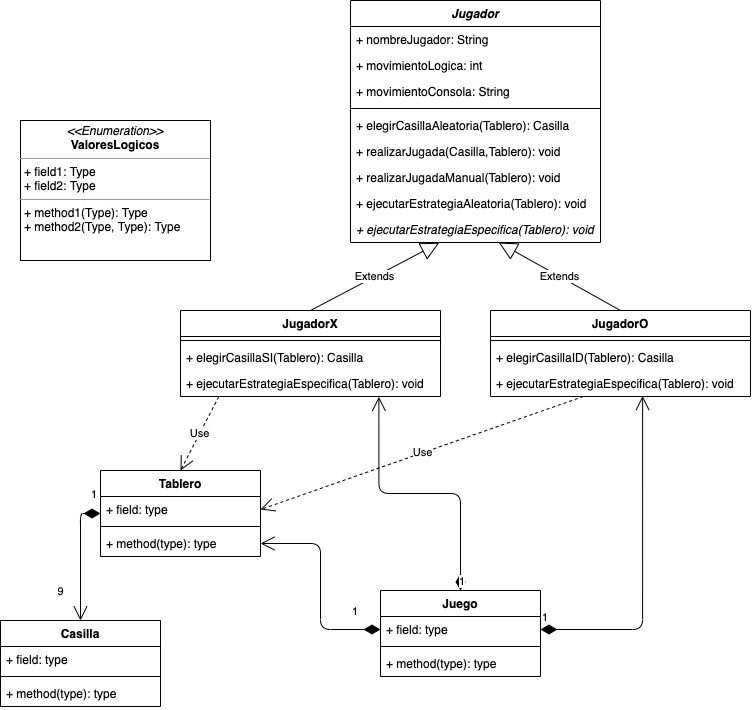
Before: P45/Clase10/UML_TresEnRaya.png, a diagram exported from draw.io (luismescobarf/clasesCiclo2). Source tidied: cells renumbered, new cells last; positions are measured from the earlier drawing's top-left corner, leaving out a move shared by most shapes.
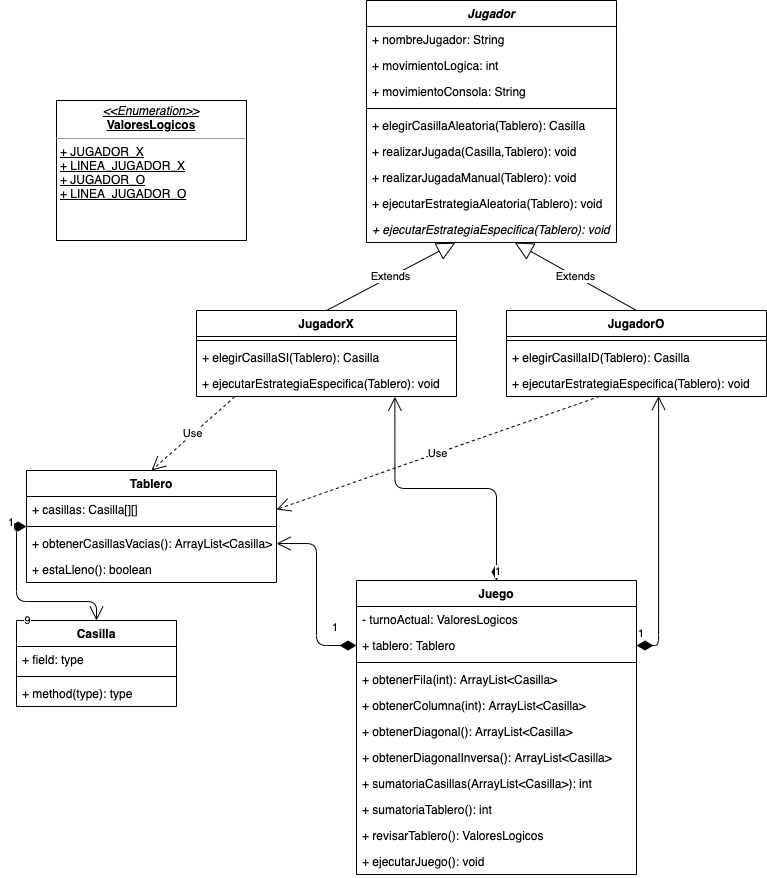
Above is the later version.

Change to the diagram source:
```diff
@@ -15,17 +15,20 @@
       <mxGeometry y="60" width="160" height="26" as="geometry" />
     </mxCell>
     <mxCell id="6" value="Tablero" style="swimlane;fontStyle=1;align=center;verticalAlign=top;horizontal=1;startSize=26;" parent="1" vertex="1">
-      <mxGeometry x="100" y="470" width="160" height="86" as="geometry" />
+      <mxGeometry x="10" y="470" width="250" height="112" as="geometry" />
     </mxCell>
-    <mxCell id="7" value="+ field: type" style="text;strokeColor=none;fillColor=none;align=left;verticalAlign=top;spacingLeft=4;spacingRight=4;overflow=hidden;points=[[0,0.5],[1,0.5]];portConstraint=eastwest;" parent="6" vertex="1">
-      <mxGeometry y="26" width="160" height="26" as="geometry" />
+    <mxCell id="7" value="+ casillas: Casilla[][]" style="text;strokeColor=none;fillColor=none;align=left;verticalAlign=top;spacingLeft=4;spacingRight=4;overflow=hidden;points=[[0,0.5],[1,0.5]];portConstraint=eastwest;" parent="6" vertex="1">
+      <mxGeometry y="26" width="250" height="26" as="geometry" />
     </mxCell>
     <mxCell id="8" style="line;strokeWidth=1;fillColor=none;align=left;verticalAlign=middle;spacingTop=-1;spacingLeft=3;spacingRight=3;labelPosition=right;" parent="6" vertex="1">
-      <mxGeometry y="52" width="160" height="8" as="geometry" />
+      <mxGeometry y="52" width="250" height="8" as="geometry" />
     </mxCell>
-    <mxCell id="9" value="+ method(type): type" style="text;strokeColor=none;fillColor=none;align=left;verticalAlign=top;spacingLeft=4;spacingRight=4;overflow=hidden;points=[[0,0.5],[1,0.5]];portConstraint=eastwest;" parent="6" vertex="1">
-      <mxGeometry y="60" width="160" height="26" as="geometry" />
+    <mxCell id="9" value="+ obtenerCasillasVacias(): ArrayList&lt;Casilla&gt;" style="text;strokeColor=none;fillColor=none;align=left;verticalAlign=top;spacingLeft=4;spacingRight=4;overflow=hidden;points=[[0,0.5],[1,0.5]];portConstraint=eastwest;" parent="6" vertex="1">
+      <mxGeometry y="60" width="250" height="26" as="geometry" />
     </mxCell>
+    <mxCell id="42" value="+ estaLleno(): boolean" style="text;strokeColor=none;fillColor=none;align=left;verticalAlign=top;spacingLeft=4;spacingRight=4;overflow=hidden;" parent="6" vertex="1">
+      <mxGeometry y="86" width="250" height="26" as="geometry" />
+    </mxCell>
     <mxCell id="10" value="1" style="endArrow=open;html=1;endSize=12;startArrow=diamondThin;startSize=14;startFill=1;edgeStyle=orthogonalEdgeStyle;align=left;verticalAlign=bottom;entryX=0.5;entryY=0;entryDx=0;entryDy=0;exitX=0;exitY=0.5;exitDx=0;exitDy=0;" parent="1" edge="1" source="6" target="2">
       <mxGeometry x="-0.83" y="-10" relative="1" as="geometry" />
     </mxCell>
@@ -101,17 +104,41 @@
       <mxGeometry relative="1" as="geometry" />
     </mxCell>
     <mxCell id="34" value="Juego" style="swimlane;fontStyle=1;align=center;verticalAlign=top;horizontal=1;startSize=26;" parent="1" vertex="1">
-      <mxGeometry x="380" y="590" width="160" height="86" as="geometry" />
+      <mxGeometry x="340" y="580" width="280" height="294" as="geometry" />
     </mxCell>
+    <mxCell id="43" value="- turnoActual: ValoresLogicos" style="text;strokeColor=none;fillColor=none;align=left;verticalAlign=top;spacingLeft=4;spacingRight=4;overflow=hidden;" parent="34" vertex="1">
+      <mxGeometry y="26" width="280" height="26" as="geometry" />
+    </mxCell>
-    <mxCell id="35" value="+ field: type" style="text;strokeColor=none;fillColor=none;align=left;verticalAlign=top;spacingLeft=4;spacingRight=4;overflow=hidden;points=[[0,0.5],[1,0.5]];portConstraint=eastwest;" parent="34" vertex="1">
-      <mxGeometry y="26" width="160" height="26" as="geometry" />
+    <mxCell id="35" value="+ tablero: Tablero" style="text;strokeColor=none;fillColor=none;align=left;verticalAlign=top;spacingLeft=4;spacingRight=4;overflow=hidden;points=[[0,0.5],[1,0.5]];portConstraint=eastwest;" parent="34" vertex="1">
+      <mxGeometry y="52" width="280" height="26" as="geometry" />
     </mxCell>
     <mxCell id="36" style="line;strokeWidth=1;fillColor=none;align=left;verticalAlign=middle;spacingTop=-1;spacingLeft=3;spacingRight=3;labelPosition=right;" parent="34" vertex="1">
-      <mxGeometry y="52" width="160" height="8" as="geometry" />
+      <mxGeometry y="78" width="280" height="8" as="geometry" />
     </mxCell>
-    <mxCell id="37" value="+ method(type): type" style="text;strokeColor=none;fillColor=none;align=left;verticalAlign=top;spacingLeft=4;spacingRight=4;overflow=hidden;" parent="34" vertex="1">
-      <mxGeometry y="60" width="160" height="26" as="geometry" />
+    <mxCell id="37" value="+ obtenerFila(int): ArrayList&lt;Casilla&gt;" style="text;strokeColor=none;fillColor=none;align=left;verticalAlign=top;spacingLeft=4;spacingRight=4;overflow=hidden;" parent="34" vertex="1">
+      <mxGeometry y="86" width="280" height="26" as="geometry" />
     </mxCell>
+    <mxCell id="44" value="+ obtenerColumna(int): ArrayList&lt;Casilla&gt;" style="text;strokeColor=none;fillColor=none;align=left;verticalAlign=top;spacingLeft=4;spacingRight=4;overflow=hidden;" parent="34" vertex="1">
+      <mxGeometry y="112" width="280" height="26" as="geometry" />
+    </mxCell>
+    <mxCell id="45" value="+ obtenerDiagonal(): ArrayList&lt;Casilla&gt;" style="text;strokeColor=none;fillColor=none;align=left;verticalAlign=top;spacingLeft=4;spacingRight=4;overflow=hidden;" parent="34" vertex="1">
+      <mxGeometry y="138" width="280" height="26" as="geometry" />
+    </mxCell>
+    <mxCell id="46" value="+ obtenerDiagonalInversa(): ArrayList&lt;Casilla&gt;" style="text;strokeColor=none;fillColor=none;align=left;verticalAlign=top;spacingLeft=4;spacingRight=4;overflow=hidden;" parent="34" vertex="1">
+      <mxGeometry y="164" width="280" height="26" as="geometry" />
+    </mxCell>
+    <mxCell id="47" value="+ sumatoriaCasillas(ArrayList&lt;Casilla&gt;): int" style="text;strokeColor=none;fillColor=none;align=left;verticalAlign=top;spacingLeft=4;spacingRight=4;overflow=hidden;" parent="34" vertex="1">
+      <mxGeometry y="190" width="280" height="26" as="geometry" />
+    </mxCell>
+    <mxCell id="48" value="+ sumatoriaTablero(): int" style="text;strokeColor=none;fillColor=none;align=left;verticalAlign=top;spacingLeft=4;spacingRight=4;overflow=hidden;" parent="34" vertex="1">
+      <mxGeometry y="216" width="280" height="26" as="geometry" />
+    </mxCell>
+    <mxCell id="49" value="+ revisarTablero(): ValoresLogicos" style="text;strokeColor=none;fillColor=none;align=left;verticalAlign=top;spacingLeft=4;spacingRight=4;overflow=hidden;" parent="34" vertex="1">
+      <mxGeometry y="242" width="280" height="26" as="geometry" />
+    </mxCell>
+    <mxCell id="50" value="+ ejecutarJuego(): void" style="text;strokeColor=none;fillColor=none;align=left;verticalAlign=top;spacingLeft=4;spacingRight=4;overflow=hidden;" parent="34" vertex="1">
+      <mxGeometry y="268" width="280" height="26" as="geometry" />
+    </mxCell>
     <mxCell id="38" value="1" style="endArrow=open;html=1;endSize=12;startArrow=diamondThin;startSize=14;startFill=1;edgeStyle=orthogonalEdgeStyle;align=left;verticalAlign=bottom;exitX=0;exitY=0.5;exitDx=0;exitDy=0;" parent="1" edge="1" source="35" target="9">
       <mxGeometry x="-0.71" y="-9" relative="1" as="geometry" />
     </mxCell>
@@ -121,8 +148,8 @@
     <mxCell id="40" value="1" style="endArrow=open;html=1;endSize=12;startArrow=diamondThin;startSize=14;startFill=1;edgeStyle=orthogonalEdgeStyle;align=left;verticalAlign=bottom;exitX=0.5;exitY=0;exitDx=0;exitDy=0;entryX=0.763;entryY=1.011;entryDx=0;entryDy=0;entryPerimeter=0;" parent="1" edge="1" source="34" target="25">
       <mxGeometry x="-1" y="3" relative="1" as="geometry" />
     </mxCell>
-    <mxCell id="41" value="&lt;p style=&quot;margin: 0px ; margin-top: 4px ; text-align: center&quot;&gt;&lt;i&gt;&amp;lt;&amp;lt;Enumeration&amp;gt;&amp;gt;&lt;/i&gt;&lt;br&gt;&lt;b&gt;ValoresLogicos&lt;/b&gt;&lt;/p&gt;&lt;hr size=&quot;1&quot;&gt;&lt;p style=&quot;margin: 0px ; margin-left: 4px&quot;&gt;+ field1: Type&lt;br&gt;+ field2: Type&lt;/p&gt;&lt;hr size=&quot;1&quot;&gt;&lt;p style=&quot;margin: 0px ; margin-left: 4px&quot;&gt;+ method1(Type): Type&lt;br&gt;+ method2(Type, Type): Type&lt;/p&gt;" style="verticalAlign=top;align=left;overflow=fill;fontSize=12;fontFamily=Helvetica;html=1;" parent="1" vertex="1">
-      <mxGeometry x="20" y="120" width="190" height="140" as="geometry" />
+    <mxCell id="41" value="&lt;p style=&quot;margin: 0px ; margin-top: 4px ; text-align: center&quot;&gt;&lt;u&gt;&lt;i&gt;&amp;lt;&amp;lt;Enumeration&amp;gt;&amp;gt;&lt;/i&gt;&lt;br&gt;&lt;b&gt;ValoresLogicos&lt;/b&gt;&lt;/u&gt;&lt;/p&gt;&lt;hr size=&quot;1&quot;&gt;&lt;p style=&quot;margin: 0px ; margin-left: 4px&quot;&gt;&lt;u&gt;+ JUGADOR_X&lt;/u&gt;&lt;br&gt;&lt;u&gt;+ LINEA_JUGADOR_X&lt;/u&gt;&lt;/p&gt;&lt;p style=&quot;margin: 0px ; margin-left: 4px&quot;&gt;&lt;u&gt;+ JUGADOR_O&lt;/u&gt;&lt;br&gt;&lt;u&gt;+ LINEA_JUGADOR_O&lt;/u&gt;&lt;u&gt;&lt;br&gt;&lt;/u&gt;&lt;/p&gt;" style="verticalAlign=top;align=left;overflow=fill;fontSize=12;fontFamily=Helvetica;html=1;" parent="1" vertex="1">
+      <mxGeometry x="40" y="100" width="190" height="140" as="geometry" />
     </mxCell>
   </root>
 </mxGraphModel>
```
